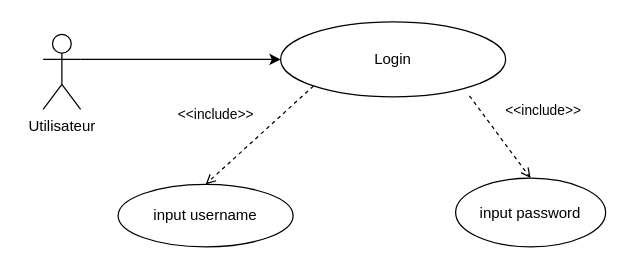
This is diagramme/usecaseLogin.drawio from rihabbenh26/projet_RHC, a draw.io file, before an edit. Source tidied: cells renumbered, new cells numbered last; positions are measured from the earlier drawing's top-left corner, leaving out a move shared by most shapes. Both pictures are drawn from the tidied source at 125%, with x=0, y=0 at pixel (42, 21).
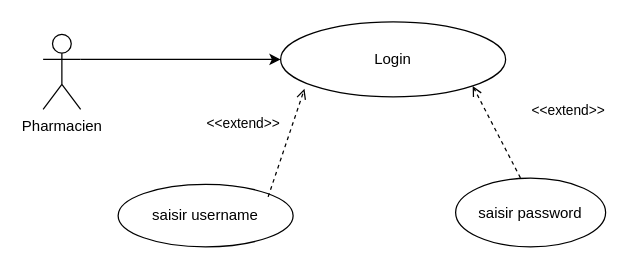
Above is the later version.

Commit message (it also covers changes not shown here):
create use case diagram

Change to the diagram source:
```diff
@@
 <mxGraphModel>
   <root>
     <mxCell id="0" />
     <mxCell id="1" parent="0" />
-    <mxCell id="2" value="Utilisateur&lt;div&gt;&lt;br&gt;&lt;/div&gt;" style="shape=umlActor;verticalLabelPosition=bottom;verticalAlign=top;html=1;outlineConnect=0;" parent="1" vertex="1">
+    <mxCell id="2" value="&lt;div&gt;Pharmacien&lt;/div&gt;" style="shape=umlActor;verticalLabelPosition=bottom;verticalAlign=top;html=1;outlineConnect=0;" parent="1" vertex="1">
       <mxGeometry y="10" width="30" height="60" as="geometry" />
     </mxCell>
     <mxCell id="3" value="Login" style="ellipse;whiteSpace=wrap;html=1;" parent="1" vertex="1">
       <mxGeometry x="190" width="180" height="60" as="geometry" />
     </mxCell>
     <mxCell id="4" style="endArrow=classic;html=1;exitX=1;exitY=0.3333333333333333;exitDx=0;exitDy=0;exitPerimeter=0;" parent="1" edge="1" source="2" target="3">
       <mxGeometry relative="1" as="geometry" />
     </mxCell>
-    <mxCell id="5" value="input username" style="ellipse;whiteSpace=wrap;html=1;" parent="1" vertex="1">
+    <mxCell id="5" value="saisir username" style="ellipse;whiteSpace=wrap;html=1;" parent="1" vertex="1">
       <mxGeometry x="60" y="130" width="140" height="50" as="geometry" />
     </mxCell>
-    <mxCell id="6" value="&amp;lt;&amp;lt;include&amp;gt;&amp;gt;" style="html=1;verticalAlign=bottom;labelBackgroundColor=none;endArrow=open;endFill=0;dashed=1;exitX=0;exitY=1;exitDx=0;exitDy=0;entryX=0.5;entryY=0;entryDx=0;entryDy=0;" parent="1" edge="1" source="3" target="5">
-      <mxGeometry x="0.36" y="-29" relative="1" as="geometry" />
-    </mxCell>
-    <mxCell id="7" value="input password" style="ellipse;whiteSpace=wrap;html=1;" parent="1" vertex="1">
+    <mxCell id="7" value="saisir password" style="ellipse;whiteSpace=wrap;html=1;" parent="1" vertex="1">
       <mxGeometry x="330" y="125" width="120" height="55" as="geometry" />
     </mxCell>
-    <mxCell id="8" value="&amp;lt;&amp;lt;include&amp;gt;&amp;gt;" style="html=1;verticalAlign=bottom;labelBackgroundColor=none;endArrow=open;endFill=0;dashed=1;exitX=0.839;exitY=0.987;exitDx=0;exitDy=0;exitPerimeter=0;entryX=0.5;entryY=0;entryDx=0;entryDy=0;" parent="1" edge="1" source="3" target="7">
-      <mxGeometry x="0.27" y="35" relative="1" as="geometry" />
-    </mxCell>
+    <mxCell id="9" value="&amp;lt;&amp;lt;extend&amp;gt;&amp;gt;" style="html=1;verticalAlign=bottom;labelBackgroundColor=none;endArrow=open;endFill=0;dashed=1;entryX=0.106;entryY=0.893;entryDx=0;entryDy=0;entryPerimeter=0;" parent="1" edge="1" target="3">
+      <mxGeometry x="-0.1" y="35" relative="1" as="geometry">
+        <mxPoint x="180" y="140" as="sourcePoint" />
+      </mxGeometry>
+    </mxCell>
+    <mxCell id="10" value="&amp;lt;&amp;lt;extend&amp;gt;&amp;gt;" style="html=1;verticalAlign=bottom;labelBackgroundColor=none;endArrow=open;endFill=0;dashed=1;entryX=1;entryY=1;entryDx=0;entryDy=0;exitX=0.432;exitY=-0.004;exitDx=0;exitDy=0;exitPerimeter=0;" parent="1" edge="1" source="7" target="3">
+      <mxGeometry x="-0.47" y="-55" relative="1" as="geometry">
+        <mxPoint x="-1" as="offset" />
+      </mxGeometry>
+    </mxCell>
   </root>
 </mxGraphModel>
```
